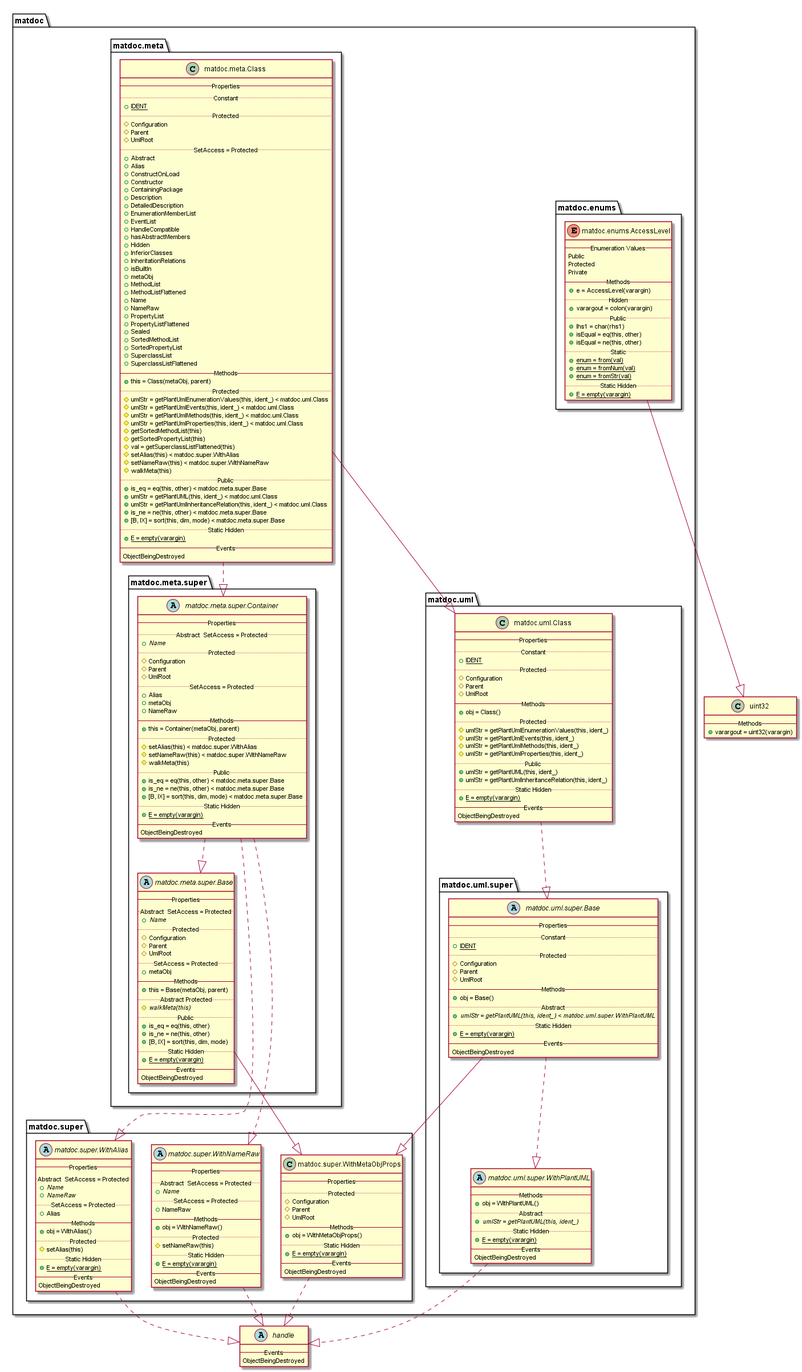
flxdot/matdoc keeps this PlantUML diagram as doc/uml-examples/export-class-PropertyInheritanceHint-false.png. Above is the earlier version.
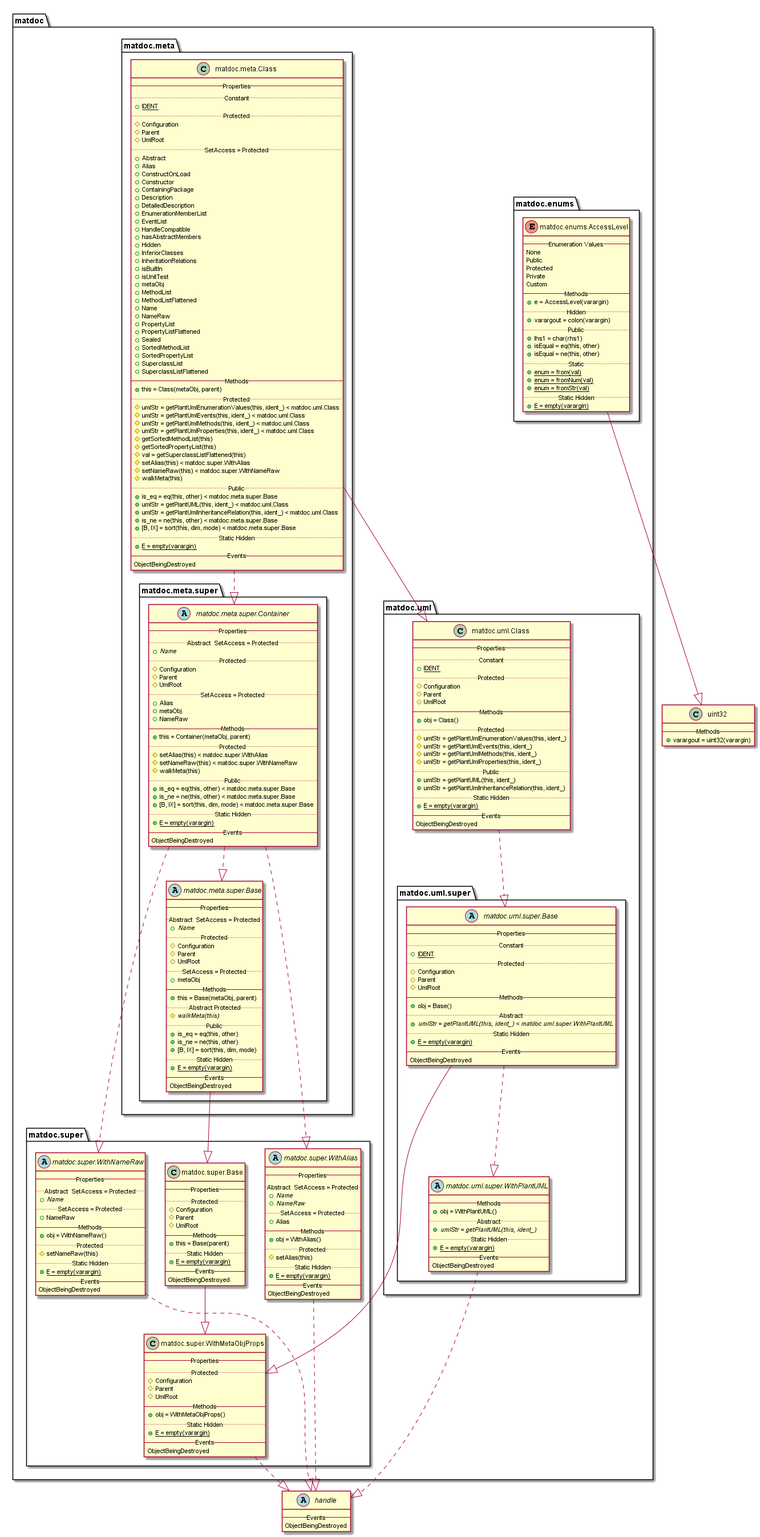
Above is the later version.

Diff of the diagram source:
```diff
@@ -18,9 +18,11 @@
 
       enum matdoc.enums.AccessLevel {
          -- Enumeration Values --
+         None
          Public
          Protected
          Private
+         Custom
          -- Methods --
          {method} + e = AccessLevel(varargin)
          .. Hidden ..
@@ -65,6 +67,7 @@
          {field} + InferiorClasses
          {field} + InheritationRelations
          {field} + isBuiltIn
+         {field} + isUnitTest
          {field} + metaObj
          {field} + MethodList
          {field} + MethodListFlattened
@@ -161,6 +164,20 @@
    }
 
    package matdoc.super {
+
+      class matdoc.super.Base {
+         -- Properties --
+         .. Protected ..
+         {field} # Configuration
+         {field} # Parent
+         {field} # UmlRoot
+         -- Methods --
+         {method} + this = Base(parent)
+         .. Static Hidden ..
+         {method} {static} + E = empty(varargin)
+         -- Events --
+         ObjectBeingDestroyed
+      }
 
       abstract class matdoc.super.WithAlias {
          -- Properties --
@@ -278,10 +295,11 @@
 matdoc.enums.AccessLevel --|> uint32
 matdoc.meta.Class ..|> matdoc.meta.super.Container
 matdoc.meta.Class --|> matdoc.uml.Class
-matdoc.meta.super.Base --|> matdoc.super.WithMetaObjProps
+matdoc.meta.super.Base --|> matdoc.super.Base
 matdoc.meta.super.Container ..|> matdoc.meta.super.Base
 matdoc.meta.super.Container ..|> matdoc.super.WithNameRaw
 matdoc.meta.super.Container ..|> matdoc.super.WithAlias
+matdoc.super.Base --|> matdoc.super.WithMetaObjProps
 matdoc.super.WithAlias ..|> handle
 matdoc.super.WithMetaObjProps ..|> handle
 matdoc.super.WithNameRaw ..|> handle
```
